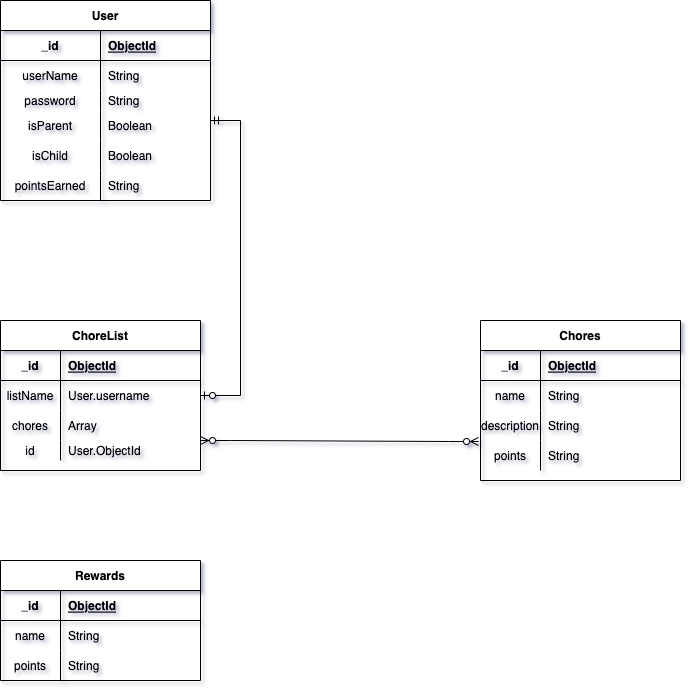
The draw.io diagram Chores.drawio.png in dwu621/Chores, before a commit. Source tidied: cells renumbered, new cells last; positions are measured from the earlier drawing's top-left corner, leaving out a move shared by most shapes.
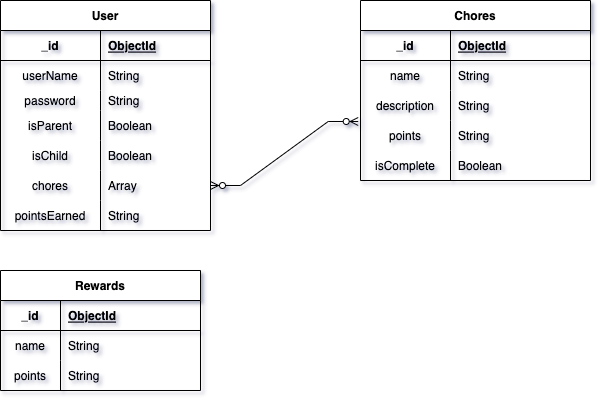
Later version of the same file.

What changed in the source:
```diff
@@ -3,7 +3,7 @@
     <mxCell id="0" />
     <mxCell id="1" parent="0" />
     <mxCell id="2" value="User" style="shape=table;startSize=30;rowLines=0;fontStyle=1;align=center;" parent="1" vertex="1">
-      <mxGeometry width="210" height="200" as="geometry" />
+      <mxGeometry y="10" width="210" height="230" as="geometry" />
     </mxCell>
     <mxCell id="3" style="shape=tableRow;horizontal=0;startSize=0;swimlaneHead=0;swimlaneBody=0;fillColor=none;top=0;left=0;right=0;bottom=1;" parent="2" vertex="1">
       <mxGeometry y="30" width="210" height="30" as="geometry" />
@@ -50,8 +50,17 @@
     <mxCell id="17" value="Boolean" style="shape=partialRectangle;fillColor=none;top=0;left=0;bottom=0;right=0;align=left;spacingLeft=6;overflow=hidden;" parent="15" vertex="1">
       <mxGeometry x="100" width="110" height="30" as="geometry" />
     </mxCell>
+    <mxCell id="59" style="shape=tableRow;horizontal=0;startSize=0;swimlaneHead=0;swimlaneBody=0;fillColor=none;points=[[0,0.5],[1,0.5]];portConstraint=eastwest;top=0;left=0;right=0;bottom=0;" parent="2" vertex="1">
+      <mxGeometry y="170" width="210" height="30" as="geometry" />
+    </mxCell>
+    <mxCell id="42" value="chores" style="shape=partialRectangle;fillColor=none;top=0;left=0;bottom=0;right=0;overflow=hidden;" parent="59" vertex="1">
+      <mxGeometry width="100" height="30" as="geometry" />
+    </mxCell>
+    <mxCell id="43" value="Array" style="shape=partialRectangle;fillColor=none;top=0;left=0;bottom=0;right=0;align=left;spacingLeft=6;overflow=hidden;" parent="59" vertex="1">
+      <mxGeometry x="100" width="110" height="30" as="geometry" />
+    </mxCell>
     <mxCell id="18" style="shape=tableRow;horizontal=0;startSize=0;swimlaneHead=0;swimlaneBody=0;fillColor=none;top=0;left=0;right=0;bottom=0;" parent="2" vertex="1">
-      <mxGeometry y="170" width="210" height="30" as="geometry" />
+      <mxGeometry y="200" width="210" height="30" as="geometry" />
     </mxCell>
     <mxCell id="19" value="pointsEarned" style="shape=partialRectangle;fillColor=none;top=0;left=0;bottom=0;right=0;overflow=hidden;" parent="18" vertex="1">
       <mxGeometry width="100" height="30" as="geometry" />
@@ -60,93 +69,58 @@
       <mxGeometry x="100" width="110" height="30" as="geometry" />
     </mxCell>
     <mxCell id="21" value="Chores" style="shape=table;startSize=30;rowLines=0;fontStyle=1;align=center;" parent="1" vertex="1">
-      <mxGeometry x="480" y="320" width="200" height="160" as="geometry" />
+      <mxGeometry x="360" y="10" width="230" height="180" as="geometry" />
     </mxCell>
     <mxCell id="22" style="shape=tableRow;horizontal=0;startSize=0;swimlaneHead=0;swimlaneBody=0;fillColor=none;top=0;left=0;right=0;bottom=1;" parent="21" vertex="1">
-      <mxGeometry y="30" width="200" height="30" as="geometry" />
+      <mxGeometry y="30" width="230" height="30" as="geometry" />
     </mxCell>
     <mxCell id="23" value="_id" style="shape=partialRectangle;fillColor=none;top=0;left=0;bottom=0;right=0;fontStyle=1;overflow=hidden;" parent="22" vertex="1">
-      <mxGeometry width="60" height="30" as="geometry" />
+      <mxGeometry width="90" height="30" as="geometry" />
     </mxCell>
     <mxCell id="24" value="ObjectId" style="shape=partialRectangle;fillColor=none;top=0;left=0;bottom=0;right=0;align=left;spacingLeft=6;fontStyle=5;overflow=hidden;" parent="22" vertex="1">
-      <mxGeometry x="60" width="140" height="30" as="geometry" />
+      <mxGeometry x="90" width="140" height="30" as="geometry" />
     </mxCell>
     <mxCell id="25" style="shape=tableRow;horizontal=0;startSize=0;swimlaneHead=0;swimlaneBody=0;fillColor=none;top=0;left=0;right=0;bottom=0;" parent="21" vertex="1">
-      <mxGeometry y="60" width="200" height="30" as="geometry" />
+      <mxGeometry y="60" width="230" height="30" as="geometry" />
     </mxCell>
     <mxCell id="26" value="name" style="shape=partialRectangle;fillColor=none;top=0;left=0;bottom=0;right=0;overflow=hidden;" parent="25" vertex="1">
-      <mxGeometry width="60" height="30" as="geometry" />
+      <mxGeometry width="90" height="30" as="geometry" />
     </mxCell>
     <mxCell id="27" value="String" style="shape=partialRectangle;fillColor=none;top=0;left=0;bottom=0;right=0;align=left;spacingLeft=6;overflow=hidden;" parent="25" vertex="1">
-      <mxGeometry x="60" width="140" height="30" as="geometry" />
+      <mxGeometry x="90" width="140" height="30" as="geometry" />
     </mxCell>
     <mxCell id="28" style="shape=tableRow;horizontal=0;startSize=0;swimlaneHead=0;swimlaneBody=0;fillColor=none;top=0;left=0;right=0;bottom=0;" parent="21" vertex="1">
-      <mxGeometry y="90" width="200" height="30" as="geometry" />
+      <mxGeometry y="90" width="230" height="30" as="geometry" />
     </mxCell>
     <mxCell id="29" value="description" style="shape=partialRectangle;fillColor=none;top=0;left=0;bottom=0;right=0;overflow=hidden;" parent="28" vertex="1">
-      <mxGeometry width="60" height="30" as="geometry" />
+      <mxGeometry width="90" height="30" as="geometry" />
     </mxCell>
     <mxCell id="30" value="String" style="shape=partialRectangle;fillColor=none;top=0;left=0;bottom=0;right=0;align=left;spacingLeft=6;overflow=hidden;" parent="28" vertex="1">
-      <mxGeometry x="60" width="140" height="30" as="geometry" />
+      <mxGeometry x="90" width="140" height="30" as="geometry" />
     </mxCell>
     <mxCell id="31" style="shape=tableRow;horizontal=0;startSize=0;swimlaneHead=0;swimlaneBody=0;fillColor=none;points=[[0,0.5],[1,0.5]];portConstraint=eastwest;top=0;left=0;right=0;bottom=0;" parent="21" vertex="1">
-      <mxGeometry y="120" width="200" height="30" as="geometry" />
+      <mxGeometry y="120" width="230" height="30" as="geometry" />
     </mxCell>
     <mxCell id="32" value="points" style="shape=partialRectangle;fillColor=none;top=0;left=0;bottom=0;right=0;overflow=hidden;" parent="31" vertex="1">
-      <mxGeometry width="60" height="30" as="geometry" />
+      <mxGeometry width="90" height="30" as="geometry" />
     </mxCell>
     <mxCell id="33" value="String" style="shape=partialRectangle;fillColor=none;top=0;left=0;bottom=0;right=0;align=left;spacingLeft=6;overflow=hidden;" parent="31" vertex="1">
-      <mxGeometry x="60" width="140" height="30" as="geometry" />
+      <mxGeometry x="90" width="140" height="30" as="geometry" />
     </mxCell>
-    <mxCell id="34" value="ChoreList" style="shape=table;startSize=30;rowLines=0;fontStyle=1;align=center;" parent="1" vertex="1">
-      <mxGeometry y="320" width="200" height="150" as="geometry" />
-    </mxCell>
-    <mxCell id="35" style="shape=tableRow;horizontal=0;startSize=0;swimlaneHead=0;swimlaneBody=0;fillColor=none;top=0;left=0;right=0;bottom=1;" parent="34" vertex="1">
-      <mxGeometry y="30" width="200" height="30" as="geometry" />
-    </mxCell>
-    <mxCell id="36" value="_id" style="shape=partialRectangle;fillColor=none;top=0;left=0;bottom=0;right=0;fontStyle=1;overflow=hidden;" parent="35" vertex="1">
-      <mxGeometry width="60" height="30" as="geometry" />
-    </mxCell>
-    <mxCell id="37" value="ObjectId" style="shape=partialRectangle;fillColor=none;top=0;left=0;bottom=0;right=0;align=left;spacingLeft=6;fontStyle=5;overflow=hidden;" parent="35" vertex="1">
-      <mxGeometry x="60" width="140" height="30" as="geometry" />
-    </mxCell>
-    <mxCell id="38" style="shape=tableRow;horizontal=0;startSize=0;swimlaneHead=0;swimlaneBody=0;fillColor=none;points=[[0,0.5],[1,0.5]];portConstraint=eastwest;top=0;left=0;right=0;bottom=0;" parent="34" vertex="1">
-      <mxGeometry y="60" width="200" height="30" as="geometry" />
-    </mxCell>
-    <mxCell id="39" value="listName" style="shape=partialRectangle;fillColor=none;top=0;left=0;bottom=0;right=0;overflow=hidden;" parent="38" vertex="1">
-      <mxGeometry width="60" height="30" as="geometry" />
-    </mxCell>
-    <mxCell id="40" value="User.username" style="shape=partialRectangle;fillColor=none;top=0;left=0;bottom=0;right=0;align=left;spacingLeft=6;overflow=hidden;" parent="38" vertex="1">
-      <mxGeometry x="60" width="140" height="30" as="geometry" />
-    </mxCell>
-    <mxCell id="41" style="shape=tableRow;horizontal=0;startSize=0;swimlaneHead=0;swimlaneBody=0;fillColor=none;top=0;left=0;right=0;bottom=0;" parent="34" vertex="1">
-      <mxGeometry y="90" width="200" height="30" as="geometry" />
-    </mxCell>
-    <mxCell id="42" value="chores" style="shape=partialRectangle;fillColor=none;top=0;left=0;bottom=0;right=0;overflow=hidden;" parent="41" vertex="1">
-      <mxGeometry width="60" height="30" as="geometry" />
-    </mxCell>
-    <mxCell id="43" value="Array" style="shape=partialRectangle;fillColor=none;top=0;left=0;bottom=0;right=0;align=left;spacingLeft=6;overflow=hidden;" parent="41" vertex="1">
-      <mxGeometry x="60" width="140" height="30" as="geometry" />
-    </mxCell>
-    <mxCell id="44" style="shape=tableRow;horizontal=0;startSize=0;swimlaneHead=0;swimlaneBody=0;fillColor=none;points=[[0,0.5],[1,0.5]];portConstraint=eastwest;top=0;left=0;right=0;bottom=0;" parent="34" vertex="1">
-      <mxGeometry y="120" width="200" height="20" as="geometry" />
-    </mxCell>
-    <mxCell id="45" value="id" style="shape=partialRectangle;fillColor=none;top=0;left=0;bottom=0;right=0;overflow=hidden;" parent="44" vertex="1">
-      <mxGeometry width="60" height="20" as="geometry" />
-    </mxCell>
-    <mxCell id="46" value="User.ObjectId" style="shape=partialRectangle;fillColor=none;top=0;left=0;bottom=0;right=0;align=left;spacingLeft=6;overflow=hidden;" parent="44" vertex="1">
-      <mxGeometry x="60" width="140" height="20" as="geometry" />
-    </mxCell>
-    <mxCell id="47" style="edgeStyle=entityRelationEdgeStyle;fontSize=12;html=1;endArrow=ERzeroToOne;startArrow=ERmandOne;rounded=0;entryX=1;entryY=0.5;entryDx=0;entryDy=0;" parent="1" edge="1" target="38">
-      <mxGeometry relative="1" as="geometry">
-        <mxPoint x="210" y="120" as="sourcePoint" />
-      </mxGeometry>
-    </mxCell>
+    <mxCell id="60" style="shape=tableRow;horizontal=0;startSize=0;swimlaneHead=0;swimlaneBody=0;fillColor=none;top=0;left=0;right=0;bottom=0;" parent="21" vertex="1">
+      <mxGeometry y="150" width="230" height="30" as="geometry" />
+    </mxCell>
+    <mxCell id="61" value="isComplete" style="shape=partialRectangle;fillColor=none;top=0;left=0;bottom=0;right=0;overflow=hidden;" parent="60" vertex="1">
+      <mxGeometry width="90" height="30" as="geometry" />
+    </mxCell>
+    <mxCell id="62" value="Boolean" style="shape=partialRectangle;fillColor=none;top=0;left=0;bottom=0;right=0;align=left;spacingLeft=6;overflow=hidden;" parent="60" vertex="1">
+      <mxGeometry x="90" width="140" height="30" as="geometry" />
+    </mxCell>
-    <mxCell id="48" style="edgeStyle=entityRelationEdgeStyle;fontSize=12;html=1;endArrow=ERzeroToMany;endFill=1;startArrow=ERzeroToMany;rounded=0;exitX=1;exitY=0;exitDx=0;exitDy=0;exitPerimeter=0;entryX=-0.01;entryY=0.033;entryDx=0;entryDy=0;entryPerimeter=0;" parent="1" edge="1" source="44" target="31">
+    <mxCell id="48" style="edgeStyle=entityRelationEdgeStyle;fontSize=12;html=1;endArrow=ERzeroToMany;endFill=1;startArrow=ERzeroToMany;rounded=0;exitX=1;exitY=0.5;exitDx=0;exitDy=0;entryX=-0.01;entryY=0.033;entryDx=0;entryDy=0;entryPerimeter=0;" parent="1" edge="1" source="59" target="31">
       <mxGeometry relative="1" as="geometry" />
     </mxCell>
     <mxCell id="49" value="Rewards" style="shape=table;startSize=30;rowLines=0;fontStyle=1;align=center;" parent="1" vertex="1">
-      <mxGeometry y="560" width="200" height="120" as="geometry" />
+      <mxGeometry y="280" width="200" height="120" as="geometry" />
     </mxCell>
     <mxCell id="50" style="shape=tableRow;horizontal=0;startSize=0;swimlaneHead=0;swimlaneBody=0;fillColor=none;top=0;left=0;right=0;bottom=1;" parent="49" vertex="1">
       <mxGeometry y="30" width="200" height="30" as="geometry" />
```
